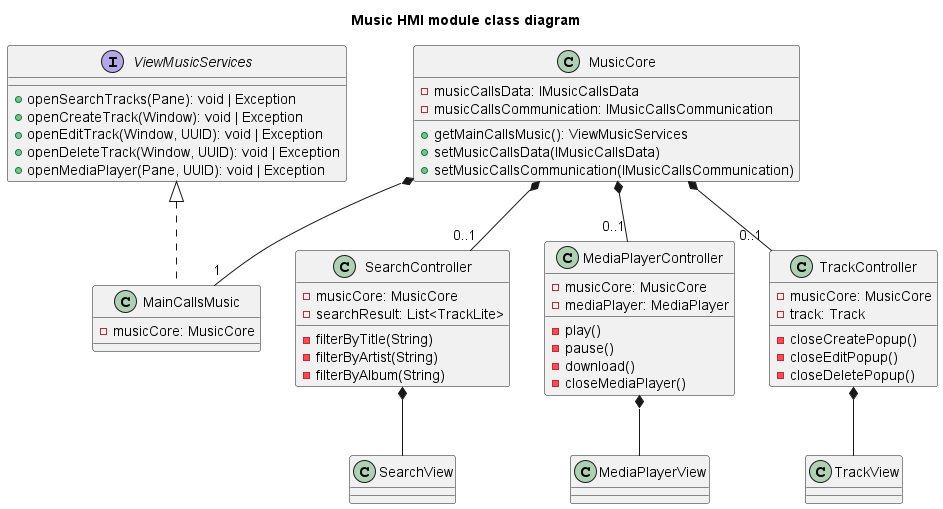
The PlantUML diagram website/images/class/4.1 Music HMI module class diagram.png in UTCAI12/Diagrams, before a commit. Source of this version:
```plantuml
@startuml Music HMI module class diagram
title Music HMI module class diagram

interface ViewMusicServices  {
    + openSearchTracks(Pane): void | Exception
    + openCreateTrack(Window): void | Exception
    + openEditTrack(Window, UUID): void | Exception
    + openDeleteTrack(Window, UUID): void | Exception
    + openMediaPlayer(Pane, UUID): void | Exception
}

class MainCallsMusic implements ViewMusicServices {
    - musicCore: MusicCore
}

class MusicCore {
    - musicCallsData: IMusicCallsData
    - musicCallsCommunication: IMusicCallsCommunication
    + getMainCallsMusic(): ViewMusicServices
    + setMusicCallsData(IMusicCallsData)
    + setMusicCallsCommunication(IMusicCallsCommunication)
}

class SearchController {
    - musicCore: MusicCore
    - searchResult: List<TrackLite>
    - filterByTitle(String)
    - filterByArtist(String)
    - filterByAlbum(String)
}

class SearchView {

}

class MediaPlayerController {
    - musicCore: MusicCore
    - mediaPlayer: MediaPlayer
    - play()
    - pause()
    - download()
    - closeMediaPlayer()
}

class MediaPlayerView {

}

class TrackController {
    - musicCore: MusicCore
    - track: Track
    - closeCreatePopup()
    - closeEditPopup()
    - closeDeletePopup()
}

class TrackView {

}

MusicCore *-- "1" MainCallsMusic

MusicCore *-- "0..1" SearchController
MusicCore *-- "0..1" MediaPlayerController
MusicCore *-- "0..1" TrackController

SearchController *-- SearchView
MediaPlayerController *-- MediaPlayerView
TrackController *-- TrackView

@enduml
```
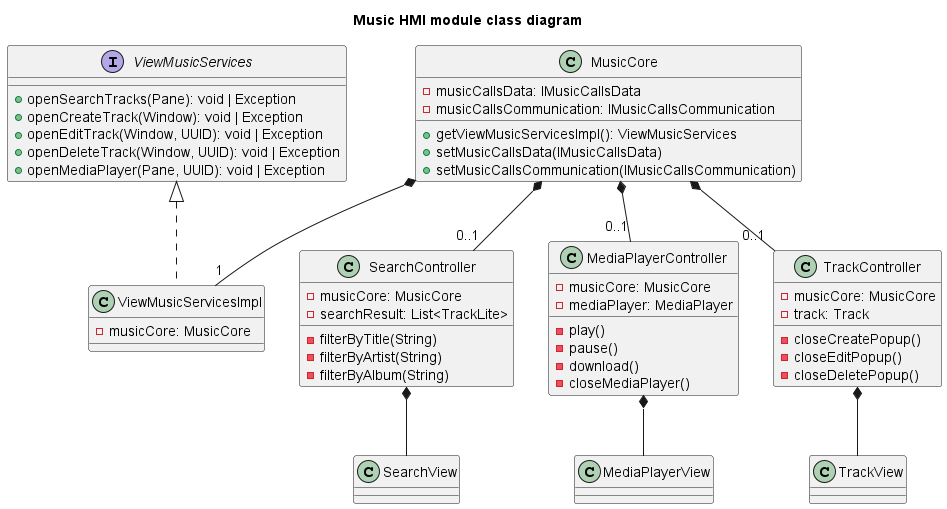
Above is the later version.

What changed in the source:
```diff
@@ -9,14 +9,14 @@
     + openMediaPlayer(Pane, UUID): void | Exception
 }
 
-class MainCallsMusic implements ViewMusicServices {
+class ViewMusicServicesImpl implements ViewMusicServices {
     - musicCore: MusicCore
 }
 
 class MusicCore {
     - musicCallsData: IMusicCallsData
     - musicCallsCommunication: IMusicCallsCommunication
-    + getMainCallsMusic(): ViewMusicServices
+    + getViewMusicServicesImpl(): ViewMusicServices
     + setMusicCallsData(IMusicCallsData)
     + setMusicCallsCommunication(IMusicCallsCommunication)
 }
@@ -58,7 +58,7 @@
 
 }
 
-MusicCore *-- "1" MainCallsMusic
+MusicCore *-- "1" ViewMusicServicesImpl
 
 MusicCore *-- "0..1" SearchController
 MusicCore *-- "0..1" MediaPlayerController
```
